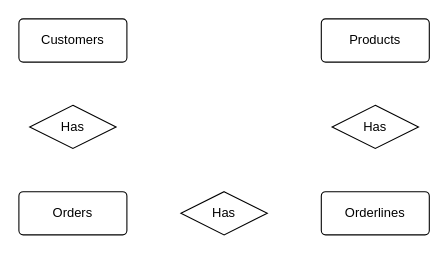
Earlier version of the draw.io diagram Relationsmodel.drawio (MagRos715/inlamnning_1). Source tidied: cells renumbered, new cells numbered last; positions are measured from the earlier drawing's top-left corner, leaving out a move shared by most shapes. Both pictures are drawn from the tidied source at 108%, with x=0, y=0 at pixel (18, 18).
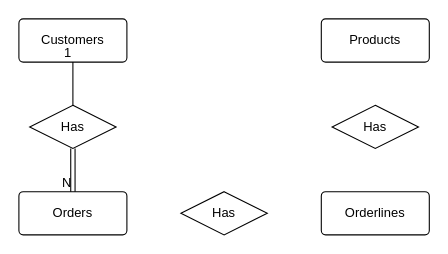
Above is the later version.

Change to the diagram source:
```diff
@@
 <mxGraphModel>
   <root>
     <mxCell id="0" />
     <mxCell id="1" parent="0" />
     <mxCell id="2" value="Customers" style="rounded=1;arcSize=10;whiteSpace=wrap;html=1;align=center;" parent="1" vertex="1">
       <mxGeometry width="100" height="40" as="geometry" />
     </mxCell>
     <mxCell id="3" value="Orderlines" style="rounded=1;arcSize=10;whiteSpace=wrap;html=1;align=center;" parent="1" vertex="1">
       <mxGeometry x="280" y="160" width="100" height="40" as="geometry" />
     </mxCell>
     <mxCell id="4" value="Orders" style="rounded=1;arcSize=10;whiteSpace=wrap;html=1;align=center;" parent="1" vertex="1">
       <mxGeometry y="160" width="100" height="40" as="geometry" />
     </mxCell>
     <mxCell id="5" value="Products" style="rounded=1;arcSize=10;whiteSpace=wrap;html=1;align=center;" parent="1" vertex="1">
       <mxGeometry x="280" width="100" height="40" as="geometry" />
     </mxCell>
     <mxCell id="6" value="Has" style="shape=rhombus;perimeter=rhombusPerimeter;whiteSpace=wrap;html=1;align=center;" parent="1" vertex="1">
       <mxGeometry x="10" y="80" width="80" height="40" as="geometry" />
     </mxCell>
     <mxCell id="7" value="Has" style="shape=rhombus;perimeter=rhombusPerimeter;whiteSpace=wrap;html=1;align=center;" parent="1" vertex="1">
       <mxGeometry x="150" y="160" width="80" height="40" as="geometry" />
     </mxCell>
     <mxCell id="8" value="Has" style="shape=rhombus;perimeter=rhombusPerimeter;whiteSpace=wrap;html=1;align=center;" parent="1" vertex="1">
       <mxGeometry x="290" y="80" width="80" height="40" as="geometry" />
     </mxCell>
+    <mxCell id="9" style="endArrow=none;html=1;rounded=0;" parent="1" edge="1" source="6" target="2">
+      <mxGeometry relative="1" as="geometry" />
+    </mxCell>
+    <mxCell id="10" value="1" style="html=1;whiteSpace=wrap;align=right;verticalAlign=bottom;" parent="9" vertex="1">
+      <mxGeometry x="1" relative="1" as="geometry" />
+    </mxCell>
+    <mxCell id="11" style="shape=link;html=1;rounded=0;" parent="1" edge="1" source="6" target="4">
+      <mxGeometry relative="1" as="geometry" />
+    </mxCell>
+    <mxCell id="12" value="N" style="html=1;whiteSpace=wrap;align=right;verticalAlign=bottom;" parent="11" vertex="1">
+      <mxGeometry x="1" relative="1" as="geometry" />
+    </mxCell>
   </root>
 </mxGraphModel>
```
